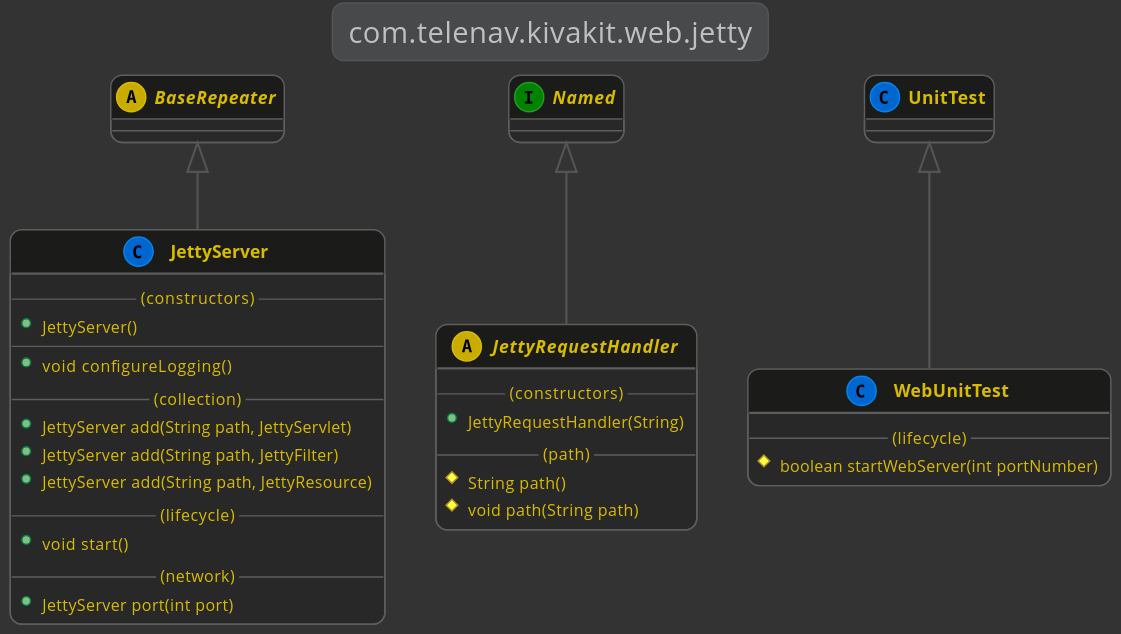
Above: kivakit-web/jetty/documentation/diagrams/com.telenav.kivakit.web.jetty.svg in Telenav/kivakit (PlantUML), before the change.
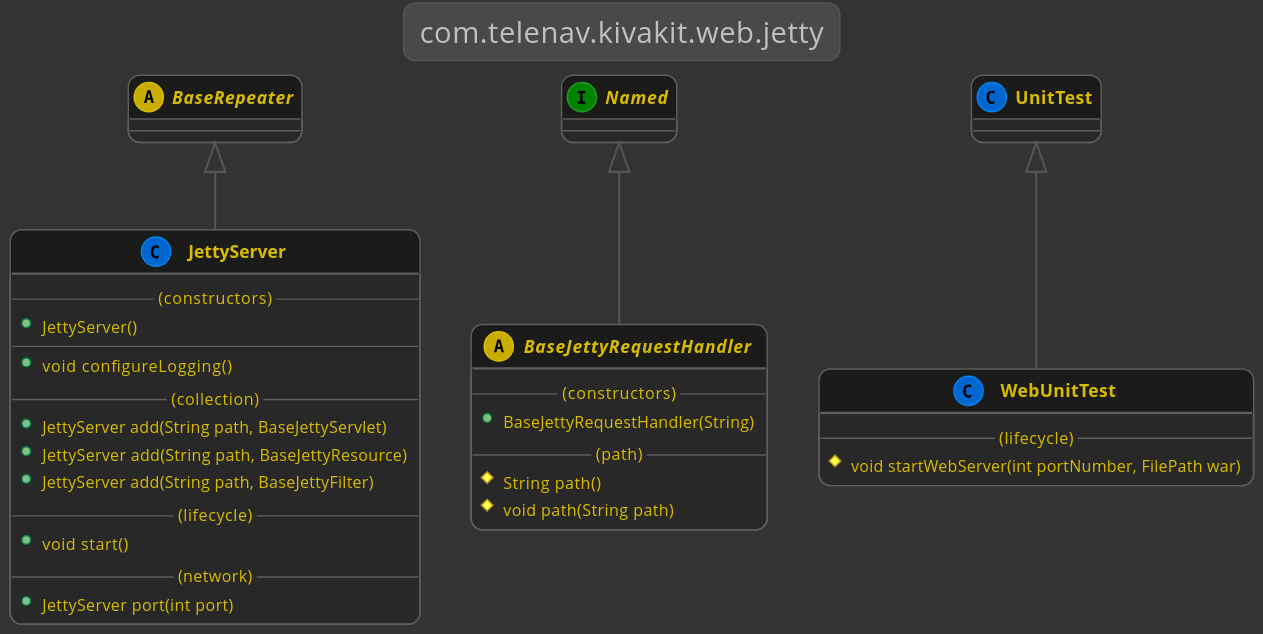
Above is the later version.

What changed in the source:
```diff
@@ -8,11 +8,11 @@
 
     interface Named
 
-    Named <|-- JettyRequestHandler
-    abstract class JettyRequestHandler
+    Named <|-- BaseJettyRequestHandler
+    abstract class BaseJettyRequestHandler
     {
         --(constructors)--
-        +JettyRequestHandler(String)
+        +BaseJettyRequestHandler(String)
         --(path)--
         #String path()
         #void path(String path)
@@ -26,9 +26,9 @@
         --
         +void configureLogging()
         --(collection)--
-        +JettyServer add(String path, JettyServlet)
-        +JettyServer add(String path, JettyFilter)
-        +JettyServer add(String path, JettyResource)
+        +JettyServer add(String path, BaseJettyServlet)
+        +JettyServer add(String path, BaseJettyResource)
+        +JettyServer add(String path, BaseJettyFilter)
         --(lifecycle)--
         +void start()
         --(network)--
@@ -39,7 +39,7 @@
     class WebUnitTest
     {
         --(lifecycle)--
-        #boolean startWebServer(int portNumber)
+        #void startWebServer(int portNumber, FilePath war)
     }
 
 @enduml
```
